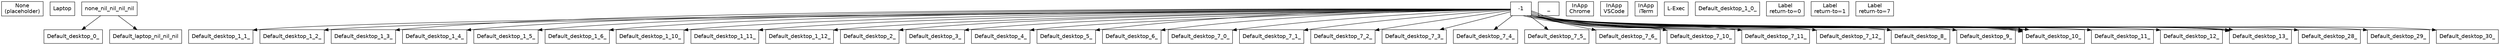
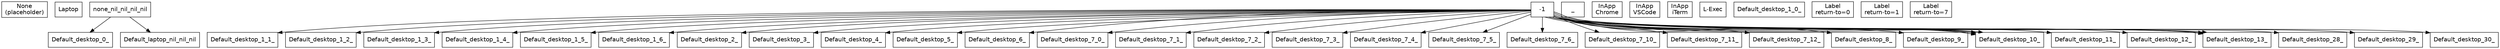
// State space visualization
// Generated by scripts/generate/states.bb
digraph states {
  rankdir=TB;
  node [shape=box, fontname="Helvetica"];

  // States
  None_nil_nil_nil_nil_nil [label="None\n(placeholder)"];
  Default_laptop_nil_nil_nil_nil [label="Laptop"];
  Default_desktop_0_-1_-1_Chrome [label="Normal\nChrome"];
  Default_desktop_0_-1_-1_VSCode [label="Normal\nVSCode"];
  Default_desktop_0_-1_-1_iTerm [label="Normal\niTerm"];
  Default_desktop_0_-1_-1_nil [label="Normal"];
  Default_desktop_1_0_-1_nil [label="Ins\nsubmode=0"];
  Default_desktop_1_1_-1_nil [label="Ins\nsubmode=1"];
  Default_desktop_1_2_-1_nil [label="Ins\nsubmode=2"];
  Default_desktop_1_3_-1_nil [label="Ins\nsubmode=3"];
  Default_desktop_1_4_-1_nil [label="Ins\nsubmode=4"];
  Default_desktop_1_5_-1_nil [label="Ins\nsubmode=5"];
  Default_desktop_1_6_-1_nil [label="Ins\nsubmode=6"];
-   Default_desktop_1_10_-1_nil [label="Ins\nsubmode=10"];
-   Default_desktop_1_11_-1_nil [label="Ins\nsubmode=11"];
-   Default_desktop_1_12_-1_nil [label="Ins\nsubmode=12"];
  Default_desktop_2_-1_-1_nil [label="Nav"];
  Default_desktop_3_-1_-1_nil [label="Chrome"];
  Default_desktop_4_-1_-1_nil [label="VSCode"];
  Default_desktop_5_-1_-1_nil [label="TMUX"];
  Default_desktop_6_-1_-1_nil [label="Comma"];
  Default_desktop_7_0_-1_nil [label="AltIns"];
  Default_desktop_7_1_-1_nil [label="AltIns"];
  Default_desktop_7_2_-1_nil [label="AltIns"];
  Default_desktop_7_3_-1_nil [label="AltIns"];
  Default_desktop_7_4_-1_nil [label="AltIns"];
  Default_desktop_7_5_-1_nil [label="AltIns"];
  Default_desktop_7_6_-1_nil [label="AltIns"];
  Default_desktop_7_10_-1_nil [label="AltIns"];
  Default_desktop_7_11_-1_nil [label="AltIns"];
  Default_desktop_7_12_-1_nil [label="AltIns"];
  Default_desktop_8_-1_-1_nil [label="Term"];
  Default_desktop_9_-1_-1_nil [label="Admin"];
  Default_desktop_10_-1_-1_Chrome [label="InApp\nChrome"];
  Default_desktop_10_-1_-1_VSCode [label="InApp\nVSCode"];
  Default_desktop_10_-1_-1_iTerm [label="InApp\niTerm"];
  Default_desktop_10_-1_-1_nil [label="InApp"];
  Default_desktop_11_-1_-1_nil [label="AppSwitcher"];
  Default_desktop_12_-1_-1_nil [label="WindowSwitcher"];
  Default_desktop_13_-1_0_nil [label="Label\nreturn-to=0"];
  Default_desktop_13_-1_1_nil [label="Label\nreturn-to=1"];
  Default_desktop_13_-1_7_nil [label="Label\nreturn-to=7"];
  Default_desktop_28_-1_-1_nil [label="Grid"];
  Default_desktop_29_-1_-1_nil [label="L-Entry"];
  Default_desktop_30_-1_-1_nil [label="L-Exec"];

  // Hierarchy edges (parent -> child)
  none_nil_nil_nil_nil -> Default_laptop_nil_nil_nil;
  none_nil_nil_nil_nil -> Default_desktop_0_-1_-1;





  Default_desktop_1_0_-1 -> Default_desktop_1_1_-1_nil;
  Default_desktop_1_0_-1 -> Default_desktop_1_2_-1_nil;
  Default_desktop_1_0_-1 -> Default_desktop_1_3_-1_nil;
  Default_desktop_1_0_-1 -> Default_desktop_1_4_-1_nil;
  Default_desktop_1_0_-1 -> Default_desktop_1_5_-1_nil;
  Default_desktop_1_0_-1 -> Default_desktop_1_6_-1_nil;
-   Default_desktop_1_0_-1 -> Default_desktop_1_10_-1_nil;
-   Default_desktop_1_0_-1 -> Default_desktop_1_11_-1_nil;
-   Default_desktop_1_0_-1 -> Default_desktop_1_12_-1_nil;
  Default_desktop_0_-1_-1 -> Default_desktop_2_-1_-1_nil;
  Default_desktop_0_-1_-1 -> Default_desktop_3_-1_-1_nil;
  Default_desktop_0_-1_-1 -> Default_desktop_4_-1_-1_nil;
  Default_desktop_0_-1_-1 -> Default_desktop_5_-1_-1_nil;
  Default_desktop_0_-1_-1 -> Default_desktop_6_-1_-1_nil;
  Default_desktop_0_-1_-1 -> Default_desktop_7_0_-1_nil;
  Default_desktop_0_-1_-1 -> Default_desktop_7_1_-1_nil;
  Default_desktop_0_-1_-1 -> Default_desktop_7_2_-1_nil;
  Default_desktop_0_-1_-1 -> Default_desktop_7_3_-1_nil;
  Default_desktop_0_-1_-1 -> Default_desktop_7_4_-1_nil;
  Default_desktop_0_-1_-1 -> Default_desktop_7_5_-1_nil;
  Default_desktop_0_-1_-1 -> Default_desktop_7_6_-1_nil;
  Default_desktop_0_-1_-1 -> Default_desktop_7_10_-1_nil;
  Default_desktop_0_-1_-1 -> Default_desktop_7_11_-1_nil;
  Default_desktop_0_-1_-1 -> Default_desktop_7_12_-1_nil;
  Default_desktop_0_-1_-1 -> Default_desktop_8_-1_-1_nil;
  Default_desktop_0_-1_-1 -> Default_desktop_9_-1_-1_nil;
  Default_desktop_0_-1_-1 -> Default_desktop_10_-1_-1_Chrome;
  Default_desktop_0_-1_-1 -> Default_desktop_10_-1_-1_VSCode;
  Default_desktop_0_-1_-1 -> Default_desktop_10_-1_-1_iTerm;
  Default_desktop_0_-1_-1 -> Default_desktop_10_-1_-1_nil;
  Default_desktop_0_-1_-1 -> Default_desktop_11_-1_-1_nil;
  Default_desktop_0_-1_-1 -> Default_desktop_12_-1_-1_nil;
  Default_desktop_0_-1_-1 -> Default_desktop_13_-1_0_nil;
  Default_desktop_0_-1_-1 -> Default_desktop_13_-1_1_nil;
  Default_desktop_0_-1_-1 -> Default_desktop_13_-1_7_nil;
  Default_desktop_0_-1_-1 -> Default_desktop_28_-1_-1_nil;
  Default_desktop_0_-1_-1 -> Default_desktop_29_-1_-1_nil;
  Default_desktop_0_-1_-1 -> Default_desktop_30_-1_-1_nil;
}
